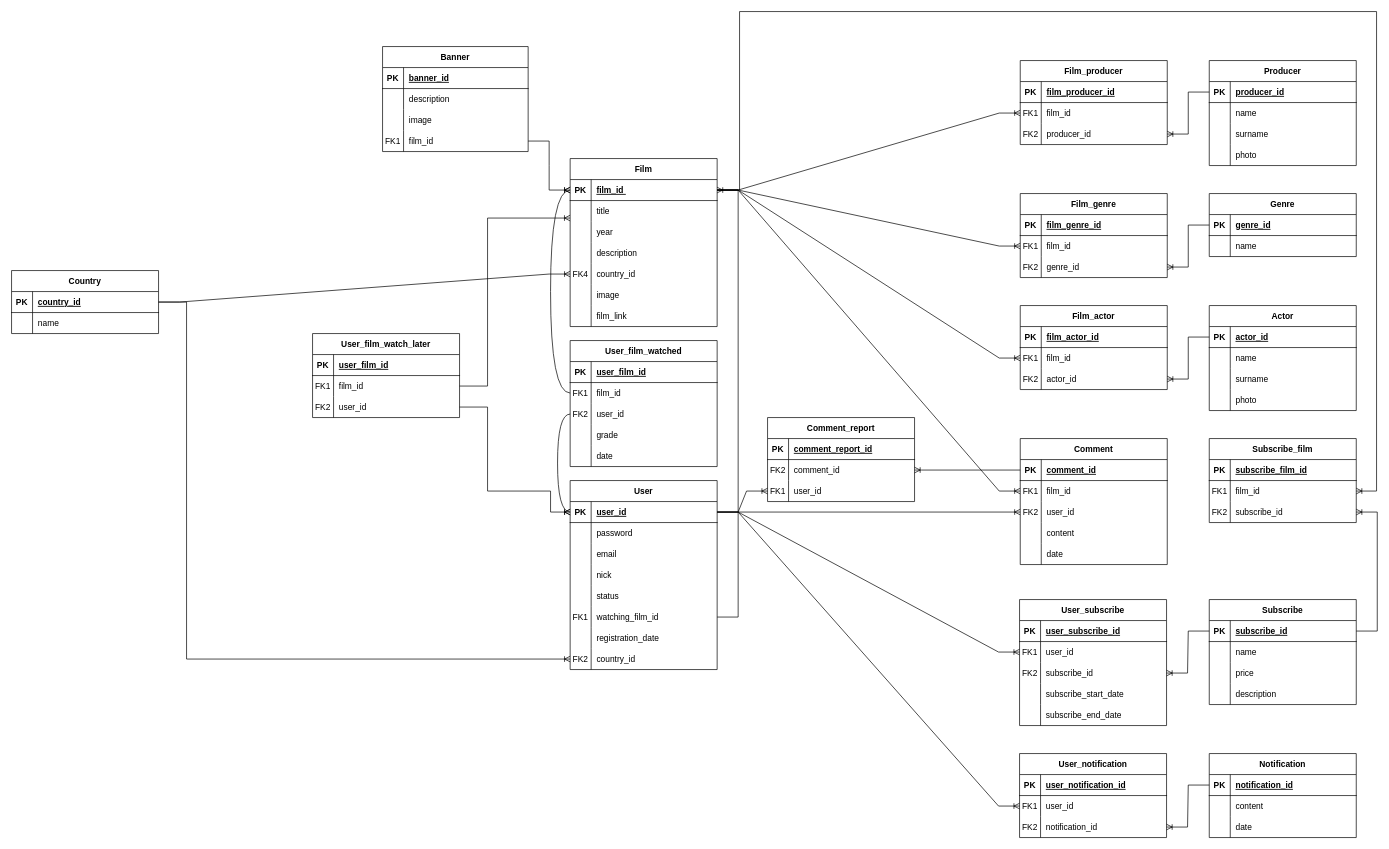
Above: Docs/Database/er-model.drawio in flayexz/TimMovie (draw.io), before the change. Source tidied: cells renumbered, new cells numbered last; positions are measured from the earlier drawing's top-left corner, leaving out a move shared by most shapes. Both pictures are drawn from the tidied source at 70%, with x=0, y=0 at pixel (11, 11).
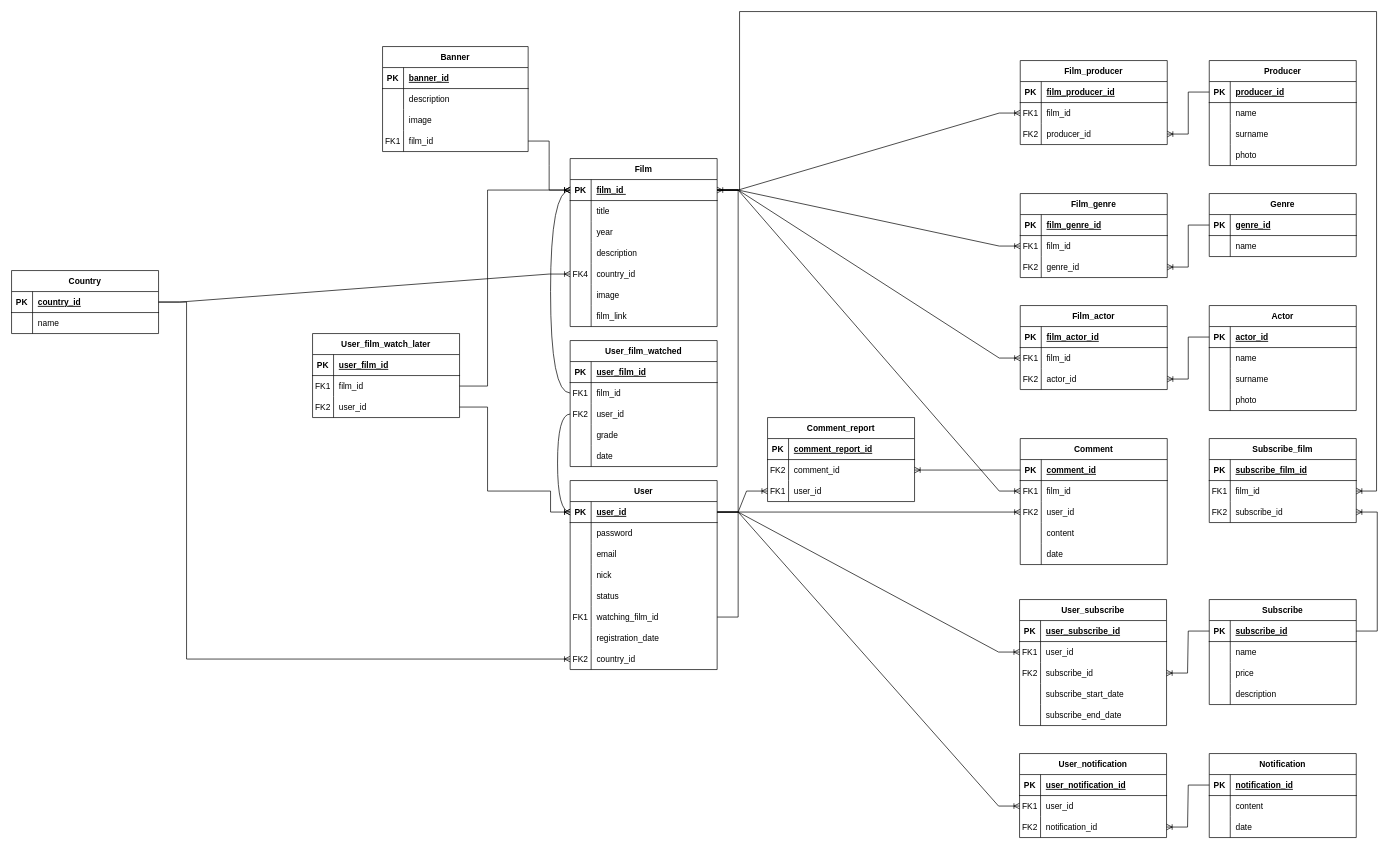
After the change.

The change refers to these unchanged cells:
```xml
<mxCell id="44" style="shape=partialRectangle;fillColor=none;points=[[0,0.5],[1,0.5]];portConstraint=eastwest;top=0;left=0;right=0;bottom=1;" parent="43" vertex="1">
  <mxGeometry y="30" width="210" height="30" as="geometry" />
</mxCell>
<mxCell id="213" style="shape=partialRectangle;fillColor=none;points=[[0,0.5],[1,0.5]];portConstraint=eastwest;top=0;left=0;right=0;bottom=0;" parent="209" vertex="1">
  <mxGeometry y="60" width="210" height="30" as="geometry" />
</mxCell>
```

What changed in the source:
```diff
@@
-    <mxCell id="220" style="edgeStyle=orthogonalEdgeStyle;fontSize=12;html=1;endArrow=ERoneToMany;rounded=0;orthogonal=0;entryX=0;entryY=0.5;entryDx=0;entryDy=0;exitX=1;exitY=0.5;exitDx=0;exitDy=0;" parent="1" edge="1" source="213">
+    <mxCell id="220" style="edgeStyle=orthogonalEdgeStyle;fontSize=12;html=1;endArrow=ERoneToMany;rounded=0;orthogonal=0;exitX=1;exitY=0.5;exitDx=0;exitDy=0;entryX=0;entryY=0.5;entryDx=0;entryDy=0;" parent="1" edge="1" source="213" target="44">
       <mxGeometry relative="1" as="geometry">
-        <mxPoint x="797.9" y="295" as="targetPoint" />
         <Array as="points">
           <mxPoint x="680" y="535" />
-          <mxPoint x="680" y="295" />
+          <mxPoint x="680" y="255" />
         </Array>
       </mxGeometry>
     </mxCell>
```
